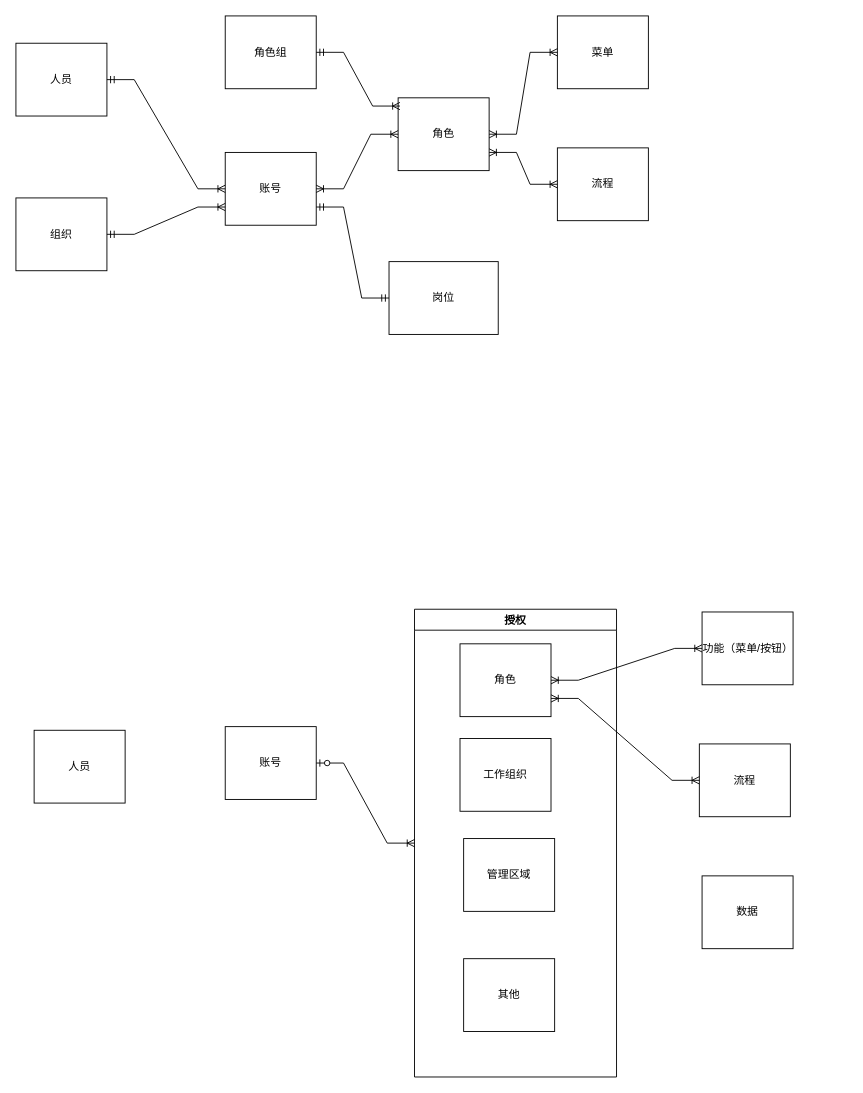
The draw.io diagram page "当前4A角色模型" (3 of 7) of 4A基本数模型.drawio in 158698706/tt4a, before the edit. Source tidied: cells renumbered, new cells numbered last; positions are measured from the earlier drawing's top-left corner, leaving out a move shared by most shapes. Both pictures are drawn from the tidied source at 91%, with x=0, y=0 at pixel (15, 15).
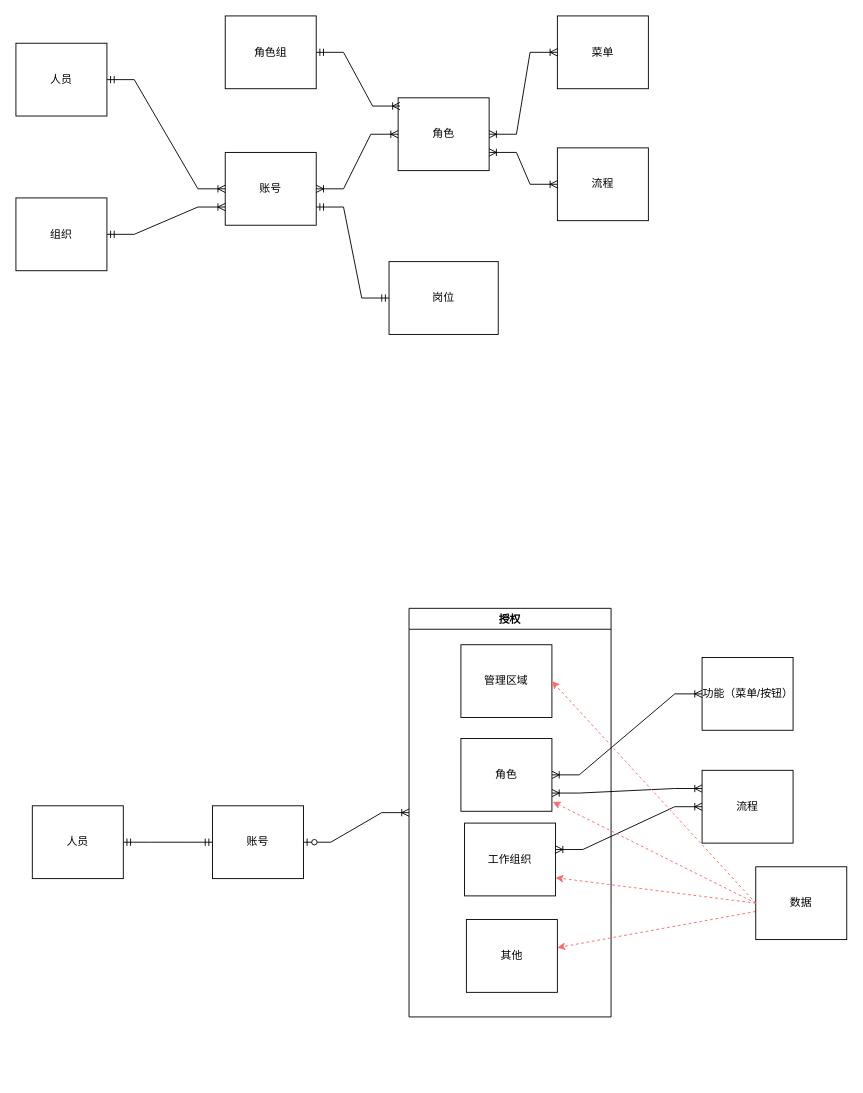
After the change.

Commit message:
更新4A基本数模型.drawio

The edit, as a diff of the source:
```diff
@@
     <mxCell id="17" value="账号" style="whiteSpace=wrap;html=1;align=center;" parent="1" vertex="1">
-      <mxGeometry x="230" y="781" width="100" height="80" as="geometry" />
+      <mxGeometry x="216" y="868" width="100" height="80" as="geometry" />
     </mxCell>
     <mxCell id="18" value="功能（菜单/按钮）" style="whiteSpace=wrap;html=1;align=center;" parent="1" vertex="1">
-      <mxGeometry x="754" y="655" width="100" height="80" as="geometry" />
+      <mxGeometry x="754" y="705" width="100" height="80" as="geometry" />
     </mxCell>
@@
     <mxCell id="20" value="流程" style="whiteSpace=wrap;html=1;align=center;" parent="1" vertex="1">
-      <mxGeometry x="751" y="800" width="100" height="80" as="geometry" />
+      <mxGeometry x="754" y="829" width="100" height="80" as="geometry" />
     </mxCell>
-    <mxCell id="21" style="edgeStyle=entityRelationEdgeStyle;fontSize=12;html=1;endArrow=ERoneToMany;startArrow=ERoneToMany;rounded=0;exitX=1;exitY=0.75;exitDx=0;exitDy=0;entryX=0;entryY=0.5;entryDx=0;entryDy=0;" parent="1" edge="1" source="23" target="20">
+    <mxCell id="21" style="edgeStyle=entityRelationEdgeStyle;fontSize=12;html=1;endArrow=ERoneToMany;startArrow=ERoneToMany;rounded=0;exitX=1;exitY=0.75;exitDx=0;exitDy=0;entryX=0;entryY=0.25;entryDx=0;entryDy=0;" parent="1" edge="1" source="23" target="20">
       <mxGeometry relative="1" as="geometry" />
     </mxCell>
     <mxCell id="22" value="授权" style="swimlane;" parent="1" vertex="1">
-      <mxGeometry x="438" y="652" width="222" height="514" as="geometry" />
+      <mxGeometry x="432" y="651" width="222" height="449" as="geometry" />
     </mxCell>
     <mxCell id="23" value="角色" style="whiteSpace=wrap;html=1;align=center;" parent="22" vertex="1">
-      <mxGeometry x="50" y="38" width="100" height="80" as="geometry" />
+      <mxGeometry x="57" y="143" width="100" height="80" as="geometry" />
     </mxCell>
     <mxCell id="24" value="工作组织" style="whiteSpace=wrap;html=1;align=center;" parent="22" vertex="1">
-      <mxGeometry x="50" y="142" width="100" height="80" as="geometry" />
+      <mxGeometry x="61" y="236" width="100" height="80" as="geometry" />
     </mxCell>
     <mxCell id="25" value="管理区域" style="whiteSpace=wrap;html=1;align=center;" parent="22" vertex="1">
-      <mxGeometry x="54" y="252" width="100" height="80" as="geometry" />
+      <mxGeometry x="57" y="40" width="100" height="80" as="geometry" />
     </mxCell>
     <mxCell id="26" value="其他" style="whiteSpace=wrap;html=1;align=center;" parent="22" vertex="1">
-      <mxGeometry x="54" y="384" width="100" height="80" as="geometry" />
+      <mxGeometry x="63" y="342" width="100" height="80" as="geometry" />
     </mxCell>
@@
     <mxCell id="28" value="人员" style="whiteSpace=wrap;html=1;align=center;" parent="1" vertex="1">
-      <mxGeometry x="20" y="785" width="100" height="80" as="geometry" />
+      <mxGeometry x="18" y="868" width="100" height="80" as="geometry" />
     </mxCell>
+    <mxCell id="30" style="rounded=0;jettySize=auto;html=1;dashed=1;strokeColor=#FF6666;" parent="1" edge="1" source="29" target="26">
+      <mxGeometry relative="1" as="geometry" />
+    </mxCell>
     <mxCell id="29" value="数据" style="whiteSpace=wrap;html=1;align=center;" parent="1" vertex="1">
-      <mxGeometry x="754" y="945" width="100" height="80" as="geometry" />
+      <mxGeometry x="813" y="935" width="100" height="80" as="geometry" />
     </mxCell>
+    <mxCell id="31" style="edgeStyle=entityRelationEdgeStyle;fontSize=12;html=1;endArrow=ERmandOne;startArrow=ERmandOne;rounded=0;exitX=1;exitY=0.5;exitDx=0;exitDy=0;entryX=0;entryY=0.5;entryDx=0;entryDy=0;" parent="1" edge="1" source="28" target="17">
+      <mxGeometry relative="1" as="geometry" />
+    </mxCell>
+    <mxCell id="32" style="edgeStyle=entityRelationEdgeStyle;fontSize=12;html=1;endArrow=ERoneToMany;startArrow=ERoneToMany;rounded=0;exitX=1;exitY=0.363;exitDx=0;exitDy=0;entryX=0;entryY=0.5;entryDx=0;entryDy=0;exitPerimeter=0;" parent="1" edge="1" source="24" target="20">
+      <mxGeometry relative="1" as="geometry" />
+    </mxCell>
+    <mxCell id="33" style="rounded=0;jettySize=auto;html=1;dashed=1;exitX=0;exitY=0.5;exitDx=0;exitDy=0;entryX=1;entryY=0.75;entryDx=0;entryDy=0;strokeColor=#FF6666;" parent="1" edge="1" source="29" target="24">
+      <mxGeometry relative="1" as="geometry" />
+    </mxCell>
+    <mxCell id="34" style="rounded=0;jettySize=auto;html=1;dashed=1;exitX=0;exitY=0.5;exitDx=0;exitDy=0;entryX=1;entryY=0.5;entryDx=0;entryDy=0;strokeColor=#FF6666;" parent="1" edge="1" source="29" target="25">
+      <mxGeometry relative="1" as="geometry" />
+    </mxCell>
+    <mxCell id="35" style="rounded=0;jettySize=auto;html=1;dashed=1;exitX=0;exitY=0.5;exitDx=0;exitDy=0;entryX=1.01;entryY=0.87;entryDx=0;entryDy=0;strokeColor=#FF6666;entryPerimeter=0;" parent="1" edge="1" source="29" target="23">
+      <mxGeometry relative="1" as="geometry" />
+    </mxCell>
```
